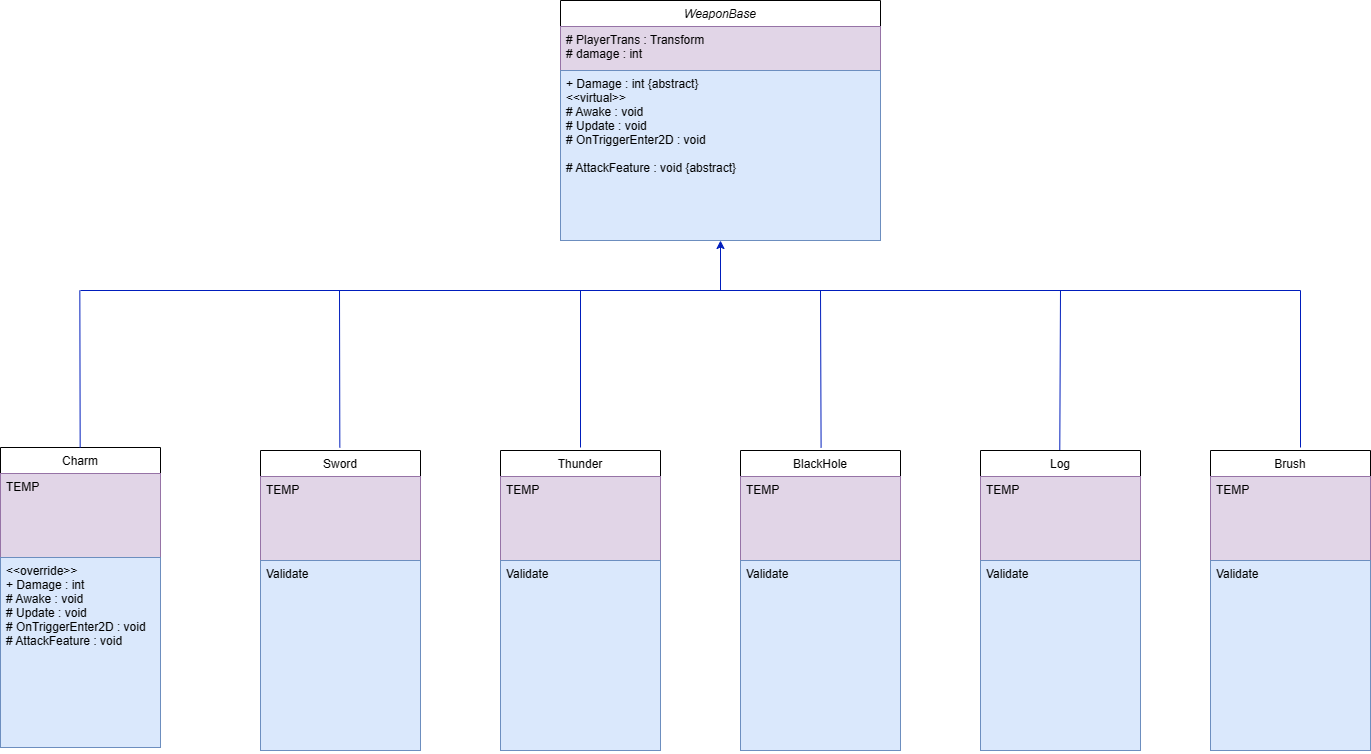
Before: WeaponBase.drawio.png, a diagram exported from draw.io (gdevhun/SBSAcademy_TeamProject). Source tidied: cells renumbered, new cells last; positions are measured from the earlier drawing's top-left corner, leaving out a move shared by most shapes.
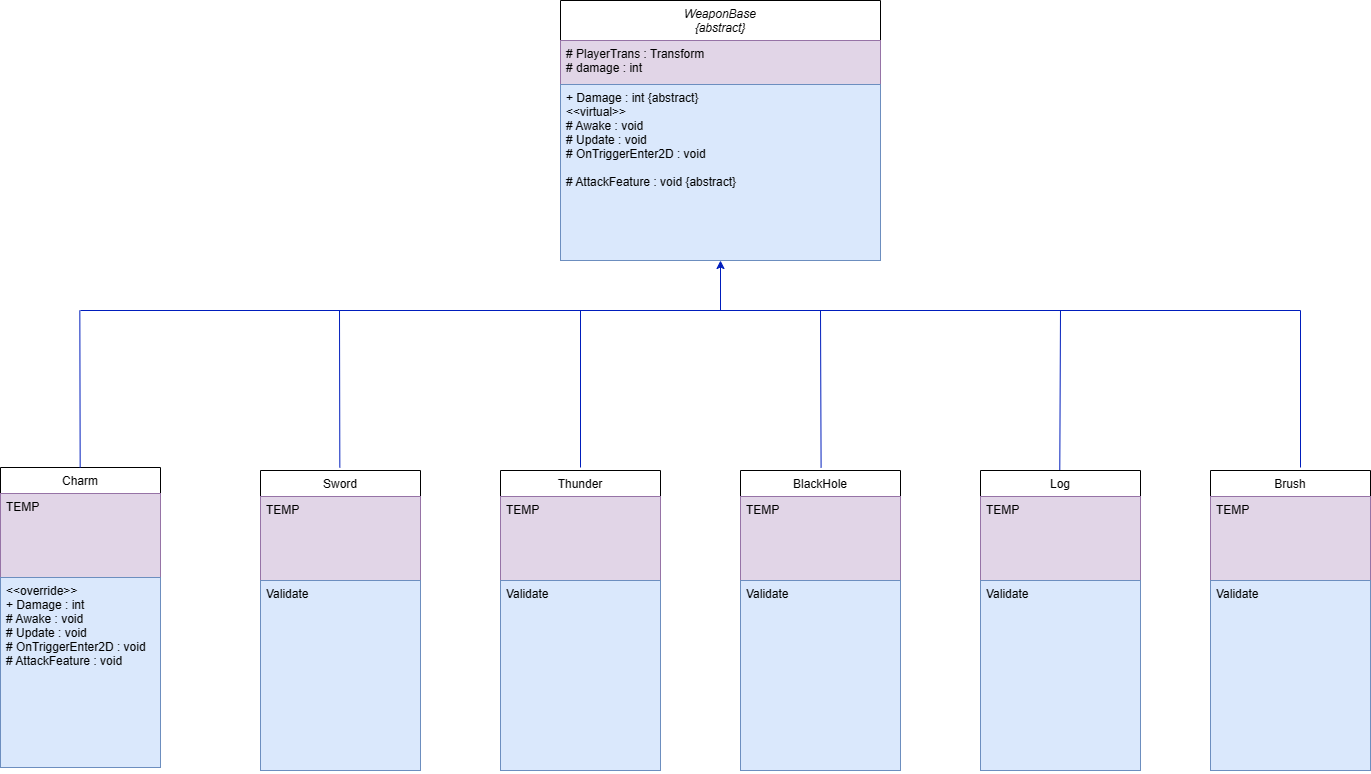
Above is the later version.

Diff of the diagram source:
```diff
@@ -2,17 +2,17 @@
   <root>
     <mxCell id="0" />
     <mxCell id="1" parent="0" />
-    <mxCell id="2" value="WeaponBase" style="swimlane;fontStyle=2;align=center;verticalAlign=top;horizontal=1;startSize=26;rounded=0;shadow=0;strokeWidth=1;" parent="1" vertex="1">
-      <mxGeometry x="560" width="320" height="240" as="geometry" />
+    <mxCell id="2" value="WeaponBase&#10;{abstract}&#10;" style="swimlane;fontStyle=2;align=center;verticalAlign=top;horizontal=1;startSize=40;rounded=0;shadow=0;strokeWidth=1;" parent="1" vertex="1">
+      <mxGeometry x="560" y="-20" width="320" height="260" as="geometry" />
     </mxCell>
     <mxCell id="3" value="# PlayerTrans : Transform&#10;# damage : int" style="text;align=left;verticalAlign=top;spacingLeft=4;spacingRight=4;overflow=hidden;fillColor=#e1d5e7;strokeColor=#9673a6;" parent="2" vertex="1">
-      <mxGeometry y="26" width="320" height="44" as="geometry" />
+      <mxGeometry y="40" width="320" height="44" as="geometry" />
     </mxCell>
     <mxCell id="4" style="line;html=1;strokeWidth=1;align=left;verticalAlign=middle;spacingTop=-1;spacingLeft=3;spacingRight=3;labelPosition=right;" parent="2" vertex="1">
-      <mxGeometry y="70" width="320" as="geometry" />
+      <mxGeometry y="84" width="320" as="geometry" />
     </mxCell>
     <mxCell id="5" value="+ Damage : int {abstract}&#10;&lt;&lt;virtual&gt;&gt;&#10;# Awake : void&#10;# Update : void&#10;# OnTriggerEnter2D : void&#10;&#10;# AttackFeature : void {abstract}" style="text;align=left;verticalAlign=top;spacingLeft=4;spacingRight=4;overflow=hidden;fillColor=#dae8fc;strokeColor=#6c8ebf;" parent="2" vertex="1">
-      <mxGeometry y="70" width="320" height="170" as="geometry" />
+      <mxGeometry y="84" width="320" height="176" as="geometry" />
     </mxCell>
     <mxCell id="6" value="Charm" style="swimlane;fontStyle=0;align=center;verticalAlign=top;horizontal=1;startSize=26;rounded=0;shadow=0;strokeWidth=1;" parent="1" vertex="1">
       <mxGeometry y="447" width="160" height="300" as="geometry" />
```
